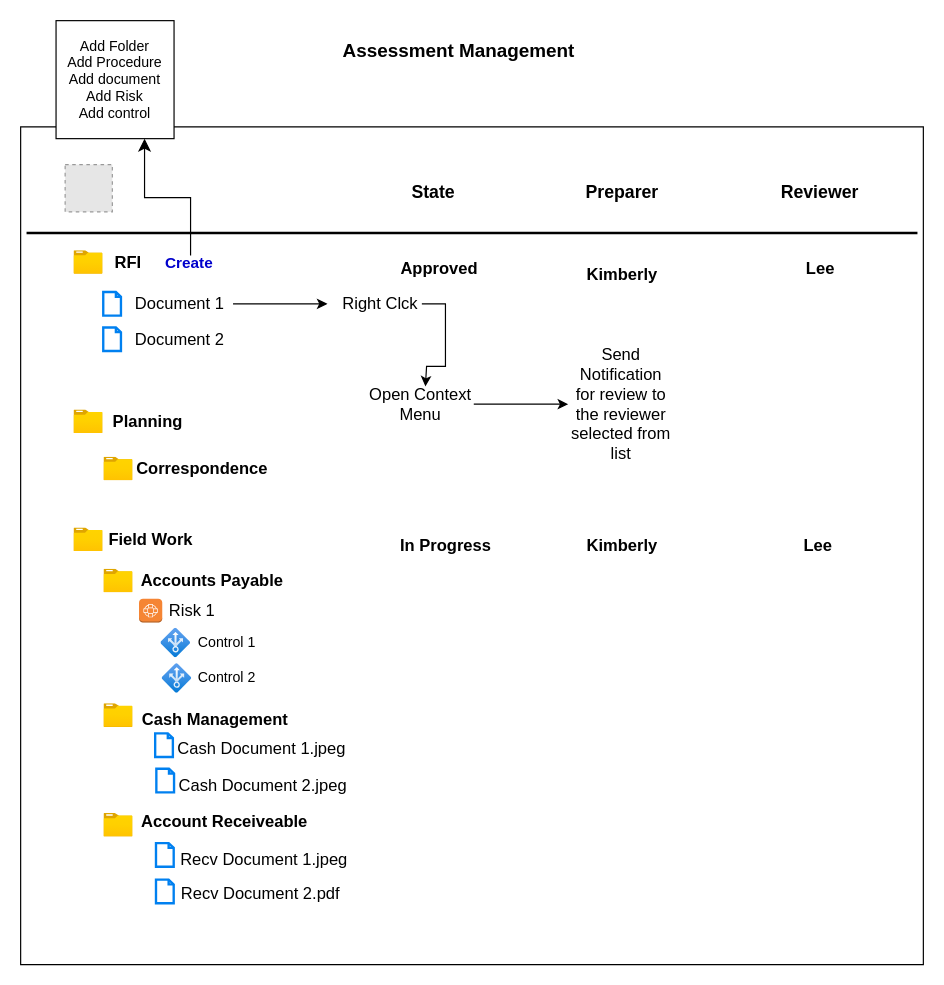
The draw.io diagram page "Workflow" (3 of 3) of internal_audit.drawio in AvikM1996/draw.io, before the edit. Source tidied: cells renumbered, new cells numbered last; positions are measured from the earlier drawing's top-left corner, leaving out a move shared by most shapes. Both pictures are drawn from the tidied source at 118%, with x=0, y=0 at pixel (20, 20). Pictures stored in the file or linked from it are replaced by grey dashed boxes.
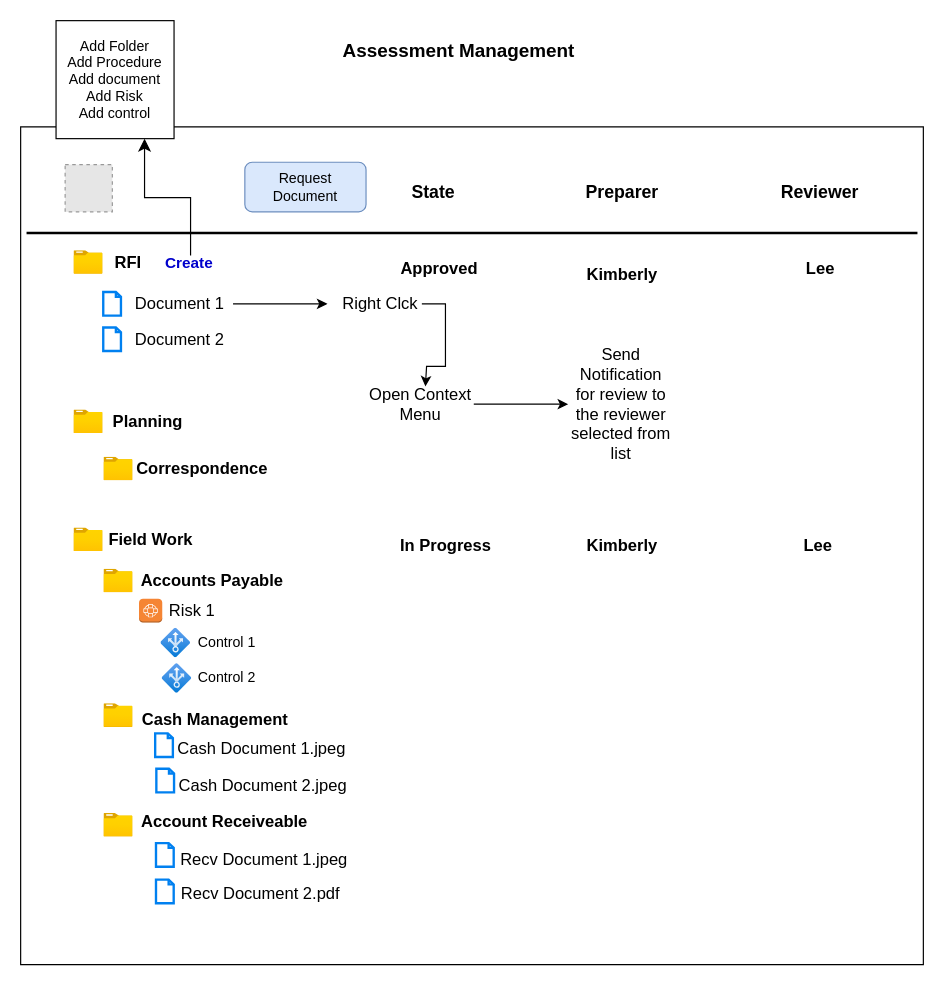
The same page after the edit.

Change to the diagram source:
```diff
@@
+    <mxCell id="56" value="Request Document" style="rounded=1;whiteSpace=wrap;html=1;fillColor=#dae8fc;strokeColor=#6c8ebf;" parent="1" vertex="1">
+      <mxGeometry x="190" y="120" width="102.7" height="42" as="geometry" />
+    </mxCell>
```
